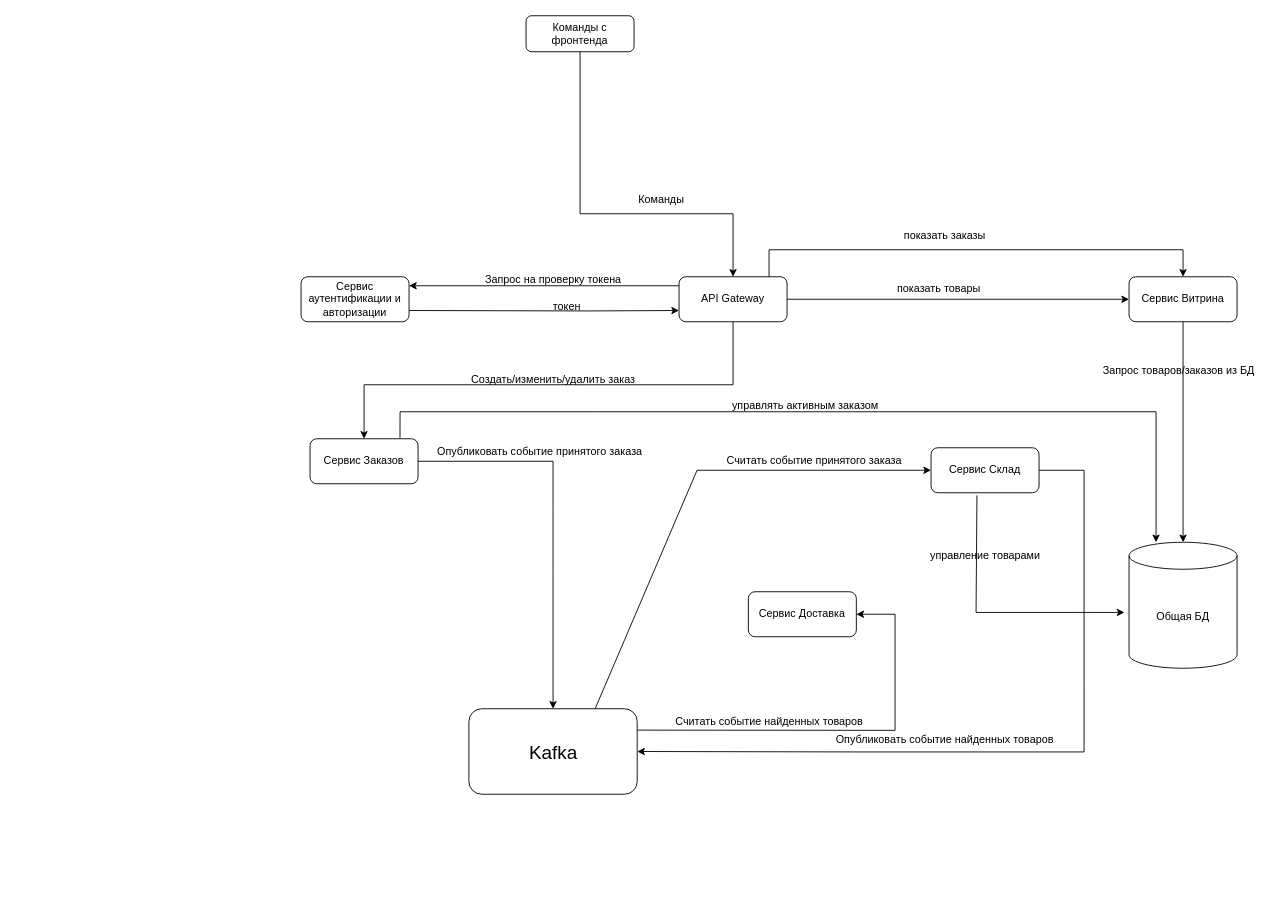
Before: Homework1/Схема взаимодействия сервисов.drawio in flash1250/Otus, a draw.io diagram. Source tidied: cells renumbered, new cells numbered last; positions are measured from the earlier drawing's top-left corner, leaving out a move shared by most shapes. Both pictures are drawn from the tidied source at 90%, with x=0, y=0 at pixel (301, 15).
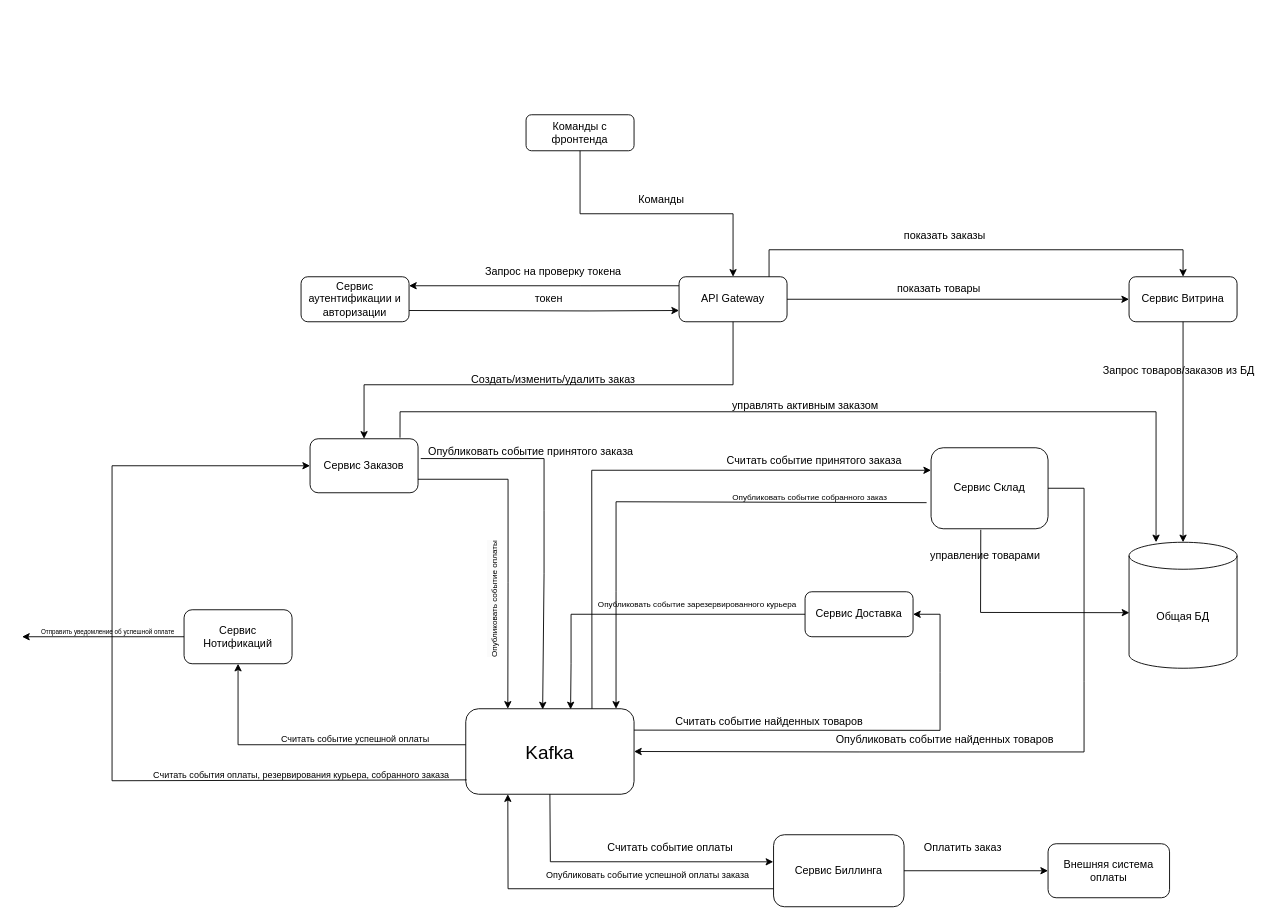
Above is the later version.

Unchanged cells that the change refers to:
```xml
<mxCell id="15" value="Общая БД" style="shape=cylinder3;whiteSpace=wrap;html=1;boundedLbl=1;backgroundOutline=1;size=15;" parent="1" vertex="1">
  <mxGeometry x="920" y="585" width="120" height="140" as="geometry" />
</mxCell>
```

Diff of the diagram source:
```diff
@@
     <mxCell id="5" value="Команды с фронтенда" style="rounded=1;whiteSpace=wrap;html=1;fontSize=12;glass=0;strokeWidth=1;shadow=0;" parent="1" vertex="1">
-      <mxGeometry x="250" width="120" height="40" as="geometry" />
+      <mxGeometry x="250" y="110" width="120" height="40" as="geometry" />
     </mxCell>
@@
     <mxCell id="10" value="Запрос на проверку токена" style="text;html=1;align=center;verticalAlign=middle;strokeColor=none;fillColor=none;" parent="1" vertex="1">
-      <mxGeometry x="195" y="278" width="170" height="30" as="geometry" />
+      <mxGeometry x="195" y="270" width="170" height="30" as="geometry" />
     </mxCell>
     <mxCell id="11" value="токен" style="text;html=1;align=center;verticalAlign=middle;strokeColor=none;fillColor=none;" parent="1" vertex="1">
-      <mxGeometry x="270" y="308" width="50" height="30" as="geometry" />
+      <mxGeometry x="250" y="300" width="50" height="30" as="geometry" />
     </mxCell>
@@
     <mxCell id="17" value="Сервис Заказов" style="rounded=1;whiteSpace=wrap;html=1;fontSize=12;glass=0;strokeWidth=1;shadow=0;" parent="1" vertex="1">
-      <mxGeometry x="10" y="470" width="120" height="50" as="geometry" />
+      <mxGeometry x="10" y="470" width="120" height="60" as="geometry" />
     </mxCell>
@@
     <mxCell id="20" value="&lt;font style=&quot;font-size: 21px;&quot;&gt;Kafka&lt;/font&gt;" style="rounded=1;whiteSpace=wrap;html=1;fontSize=12;glass=0;strokeWidth=1;shadow=0;" parent="1" vertex="1">
-      <mxGeometry x="186.5" y="770" width="187" height="95" as="geometry" />
+      <mxGeometry x="183" y="770" width="187" height="95" as="geometry" />
     </mxCell>
-    <mxCell id="21" style="endArrow=classic;html=1;rounded=0;exitX=1;exitY=0.5;exitDx=0;exitDy=0;" parent="1" edge="1" source="17" target="20">
+    <mxCell id="21" style="endArrow=classic;html=1;rounded=0;exitX=1.025;exitY=0.367;exitDx=0;exitDy=0;exitPerimeter=0;entryX=0.457;entryY=0.008;entryDx=0;entryDy=0;entryPerimeter=0;" parent="1" edge="1" source="17" target="20">
       <mxGeometry relative="1" as="geometry">
         <Array as="points">
-          <mxPoint x="280" y="495" />
-          <mxPoint x="280" y="550" />
-          <mxPoint x="280" y="620" />
+          <mxPoint x="270" y="492" />
+          <mxPoint x="270" y="550" />
+          <mxPoint x="270" y="620" />
         </Array>
       </mxGeometry>
     </mxCell>
     <mxCell id="22" value="Опубликовать событие принятого заказа" style="text;html=1;align=center;verticalAlign=middle;strokeColor=none;fillColor=none;" parent="1" vertex="1">
-      <mxGeometry x="140" y="470" width="250" height="30" as="geometry" />
+      <mxGeometry x="130" y="470" width="250" height="30" as="geometry" />
     </mxCell>
     <mxCell id="23" value="Сервис Склад" style="rounded=1;whiteSpace=wrap;html=1;fontSize=12;glass=0;strokeWidth=1;shadow=0;" parent="1" vertex="1">
-      <mxGeometry x="700" y="480" width="120" height="50" as="geometry" />
+      <mxGeometry x="700" y="480" width="130" height="90" as="geometry" />
     </mxCell>
-    <mxCell id="24" style="endArrow=classic;html=1;rounded=0;entryX=0;entryY=0.5;entryDx=0;entryDy=0;exitX=0.75;exitY=0;exitDx=0;exitDy=0;" parent="1" edge="1" source="20" target="23">
+    <mxCell id="24" style="endArrow=classic;html=1;rounded=0;entryX=0;entryY=0.278;entryDx=0;entryDy=0;exitX=0.75;exitY=0;exitDx=0;exitDy=0;entryPerimeter=0;" parent="1" edge="1" source="20" target="23">
       <mxGeometry relative="1" as="geometry">
         <Array as="points">
-          <mxPoint x="440" y="505" />
+          <mxPoint x="323" y="505" />
         </Array>
       </mxGeometry>
     </mxCell>
@@
-    <mxCell id="26" style="endArrow=classic;html=1;rounded=0;entryX=-0.042;entryY=0.557;entryDx=0;entryDy=0;entryPerimeter=0;exitX=0.425;exitY=1.06;exitDx=0;exitDy=0;exitPerimeter=0;" parent="1" edge="1" source="23" target="15">
+    <mxCell id="26" style="endArrow=classic;html=1;rounded=0;entryX=0.003;entryY=0.559;entryDx=0;entryDy=0;entryPerimeter=0;exitX=0.425;exitY=1.013;exitDx=0;exitDy=0;exitPerimeter=0;" parent="1" edge="1" source="23" target="15">
       <mxGeometry relative="1" as="geometry">
         <Array as="points">
-          <mxPoint x="750" y="663" />
+          <mxPoint x="755" y="663" />
         </Array>
       </mxGeometry>
     </mxCell>
@@
     <mxCell id="28" style="endArrow=classic;html=1;rounded=0;entryX=1;entryY=0.5;entryDx=0;entryDy=0;exitX=1;exitY=0.5;exitDx=0;exitDy=0;" parent="1" edge="1" source="23" target="20">
       <mxGeometry relative="1" as="geometry">
         <Array as="points">
-          <mxPoint x="870" y="505" />
+          <mxPoint x="870" y="525" />
           <mxPoint x="870" y="740" />
           <mxPoint x="870" y="818" />
           <mxPoint x="620" y="818" />
         </Array>
       </mxGeometry>
     </mxCell>
@@
     <mxCell id="34" value="Сервис Доставка" style="rounded=1;whiteSpace=wrap;html=1;fontSize=12;glass=0;strokeWidth=1;shadow=0;" parent="1" vertex="1">
-      <mxGeometry x="497" y="640" width="120" height="50" as="geometry" />
+      <mxGeometry x="560" y="640" width="120" height="50" as="geometry" />
     </mxCell>
     <mxCell id="35" style="endArrow=classic;html=1;rounded=0;exitX=1;exitY=0.25;exitDx=0;exitDy=0;entryX=1;entryY=0.5;entryDx=0;entryDy=0;" parent="1" edge="1" source="20" target="34">
       <mxGeometry relative="1" as="geometry">
         <Array as="points">
-          <mxPoint x="660" y="794" />
-          <mxPoint x="660" y="665" />
+          <mxPoint x="710" y="794" />
+          <mxPoint x="710" y="730" />
+          <mxPoint x="710" y="665" />
         </Array>
       </mxGeometry>
     </mxCell>
@@
+    <mxCell id="37" value="Сервис Биллинга" style="rounded=1;whiteSpace=wrap;html=1;fontSize=12;glass=0;strokeWidth=1;shadow=0;" parent="1" vertex="1">
+      <mxGeometry x="525" y="910" width="145" height="80" as="geometry" />
+    </mxCell>
+    <mxCell id="38" style="endArrow=classic;html=1;rounded=0;exitX=0.5;exitY=1;exitDx=0;exitDy=0;entryX=-0.002;entryY=0.376;entryDx=0;entryDy=0;entryPerimeter=0;" parent="1" edge="1" source="20" target="37">
+      <mxGeometry relative="1" as="geometry">
+        <Array as="points">
+          <mxPoint x="277" y="940" />
+        </Array>
+      </mxGeometry>
+    </mxCell>
+    <mxCell id="39" value="Считать событие оплаты" style="text;html=1;align=center;verticalAlign=middle;strokeColor=none;fillColor=none;" parent="1" vertex="1">
+      <mxGeometry x="330" y="910" width="160" height="30" as="geometry" />
+    </mxCell>
+    <mxCell id="40" style="endArrow=classic;html=1;rounded=0;exitX=1;exitY=0.5;exitDx=0;exitDy=0;entryX=0;entryY=0.5;entryDx=0;entryDy=0;" parent="1" edge="1" source="37" target="42">
+      <mxGeometry relative="1" as="geometry" />
+    </mxCell>
+    <mxCell id="41" value="Оплатить заказ" style="text;html=1;align=center;verticalAlign=middle;strokeColor=none;fillColor=none;" parent="1" vertex="1">
+      <mxGeometry x="680" y="910" width="110" height="30" as="geometry" />
+    </mxCell>
+    <mxCell id="42" value="Внешняя система оплаты" style="rounded=1;whiteSpace=wrap;html=1;fontSize=12;glass=0;strokeWidth=1;shadow=0;" parent="1" vertex="1">
+      <mxGeometry x="830" y="920" width="135" height="60" as="geometry" />
+    </mxCell>
+    <mxCell id="43" value="&lt;span style=&quot;color: rgb(0, 0, 0); font-family: Helvetica; font-style: normal; font-variant-ligatures: normal; font-variant-caps: normal; font-weight: 400; letter-spacing: normal; orphans: 2; text-align: center; text-indent: 0px; text-transform: none; widows: 2; word-spacing: 0px; -webkit-text-stroke-width: 0px; white-space: nowrap; background-color: rgb(251, 251, 251); text-decoration-thickness: initial; text-decoration-style: initial; text-decoration-color: initial; float: none; display: inline !important;&quot;&gt;&lt;font style=&quot;font-size: 9px;&quot;&gt;Опубликовать событие оплаты&lt;/font&gt;&lt;/span&gt;" style="text;whiteSpace=wrap;html=1;rotation=270;" parent="1" vertex="1">
+      <mxGeometry x="90" y="565" width="260" height="40" as="geometry" />
+    </mxCell>
+    <mxCell id="44" style="endArrow=classic;html=1;rounded=0;exitX=1;exitY=0.75;exitDx=0;exitDy=0;entryX=0.25;entryY=0;entryDx=0;entryDy=0;" parent="1" edge="1" source="17" target="20">
+      <mxGeometry relative="1" as="geometry">
+        <Array as="points">
+          <mxPoint x="230" y="515" />
+          <mxPoint x="230" y="630" />
+        </Array>
+      </mxGeometry>
+    </mxCell>
+    <mxCell id="45" value="Сервис Нотификаций" style="rounded=1;whiteSpace=wrap;html=1;fontSize=12;glass=0;strokeWidth=1;shadow=0;" parent="1" vertex="1">
+      <mxGeometry x="-130" y="660" width="120" height="60" as="geometry" />
+    </mxCell>
+    <mxCell id="46" style="endArrow=classic;html=1;rounded=0;exitX=0;exitY=0.75;exitDx=0;exitDy=0;entryX=0.25;entryY=1;entryDx=0;entryDy=0;" parent="1" edge="1" source="37" target="20">
+      <mxGeometry relative="1" as="geometry">
+        <Array as="points">
+          <mxPoint x="230" y="970" />
+        </Array>
+      </mxGeometry>
+    </mxCell>
+    <mxCell id="47" value="&lt;font style=&quot;font-size: 10px;&quot;&gt;Опубликовать событие успешной оплаты заказа&lt;/font&gt;" style="text;html=1;align=center;verticalAlign=middle;strokeColor=none;fillColor=none;strokeWidth=2;" parent="1" vertex="1">
+      <mxGeometry x="260" y="940" width="250" height="30" as="geometry" />
+    </mxCell>
+    <mxCell id="48" style="endArrow=classic;html=1;rounded=0;exitX=0;exitY=0.421;exitDx=0;exitDy=0;entryX=0.5;entryY=1;entryDx=0;entryDy=0;exitPerimeter=0;" parent="1" edge="1" source="20" target="45">
+      <mxGeometry relative="1" as="geometry">
+        <Array as="points">
+          <mxPoint x="-70" y="810" />
+        </Array>
+      </mxGeometry>
+    </mxCell>
+    <mxCell id="49" value="&lt;font style=&quot;font-size: 10px;&quot;&gt;Считать событие успешной оплаты&lt;/font&gt;" style="text;html=1;align=center;verticalAlign=middle;strokeColor=none;fillColor=none;" parent="1" vertex="1">
+      <mxGeometry x="-35" y="788" width="190" height="30" as="geometry" />
+    </mxCell>
+    <mxCell id="50" style="endArrow=classic;html=1;rounded=0;exitX=0;exitY=0.5;exitDx=0;exitDy=0;" parent="1" edge="1" source="45">
+      <mxGeometry relative="1" as="geometry">
+        <mxPoint x="-310" y="690" as="targetPoint" />
+      </mxGeometry>
+    </mxCell>
+    <mxCell id="51" value="&lt;font style=&quot;font-size: 7px;&quot;&gt;Отправить уведомление об успешной оплате&lt;/font&gt;" style="text;html=1;align=center;verticalAlign=middle;strokeColor=none;fillColor=none;" parent="1" vertex="1">
+      <mxGeometry x="-300" y="668" width="170" height="30" as="geometry" />
+    </mxCell>
+    <mxCell id="52" style="endArrow=classic;html=1;rounded=0;entryX=0.623;entryY=0.007;entryDx=0;entryDy=0;entryPerimeter=0;exitX=0;exitY=0.5;exitDx=0;exitDy=0;" parent="1" edge="1" source="34" target="20">
+      <mxGeometry relative="1" as="geometry">
+        <Array as="points">
+          <mxPoint x="300" y="665" />
+          <mxPoint x="300" y="720" />
+        </Array>
+      </mxGeometry>
+    </mxCell>
+    <mxCell id="53" value="&lt;font style=&quot;font-size: 9px;&quot;&gt;Опубликовать событие зарезервированного курьера&lt;/font&gt;" style="text;html=1;align=center;verticalAlign=middle;strokeColor=none;fillColor=none;" parent="1" vertex="1">
+      <mxGeometry x="320" y="638" width="240" height="30" as="geometry" />
+    </mxCell>
+    <mxCell id="54" style="endArrow=classic;html=1;rounded=0;exitX=-0.038;exitY=0.678;exitDx=0;exitDy=0;entryX=0.893;entryY=0;entryDx=0;entryDy=0;entryPerimeter=0;exitPerimeter=0;" parent="1" edge="1" source="23" target="20">
+      <mxGeometry relative="1" as="geometry">
+        <Array as="points">
+          <mxPoint x="350" y="540" />
+          <mxPoint x="350" y="640" />
+        </Array>
+      </mxGeometry>
+    </mxCell>
+    <mxCell id="55" value="&lt;span style=&quot;font-size: 9px;&quot;&gt;Опубликовать событие собранного заказ&lt;/span&gt;" style="text;html=1;align=center;verticalAlign=middle;strokeColor=none;fillColor=none;" parent="1" vertex="1">
+      <mxGeometry x="465" y="520" width="200" height="30" as="geometry" />
+    </mxCell>
+    <mxCell id="56" style="endArrow=classic;html=1;rounded=0;exitX=0.005;exitY=0.832;exitDx=0;exitDy=0;exitPerimeter=0;entryX=0;entryY=0.5;entryDx=0;entryDy=0;" parent="1" edge="1" source="20" target="17">
+      <mxGeometry relative="1" as="geometry">
+        <Array as="points">
+          <mxPoint x="-210" y="850" />
+          <mxPoint x="-210" y="500" />
+        </Array>
+      </mxGeometry>
+    </mxCell>
+    <mxCell id="57" value="&lt;span style=&quot;font-size: 10px;&quot;&gt;Считать события оплаты, резервирования курьера, собранного заказа&lt;/span&gt;" style="text;html=1;align=center;verticalAlign=middle;strokeColor=none;fillColor=none;" parent="1" vertex="1">
+      <mxGeometry x="-175" y="828" width="350" height="30" as="geometry" />
+    </mxCell>
```
